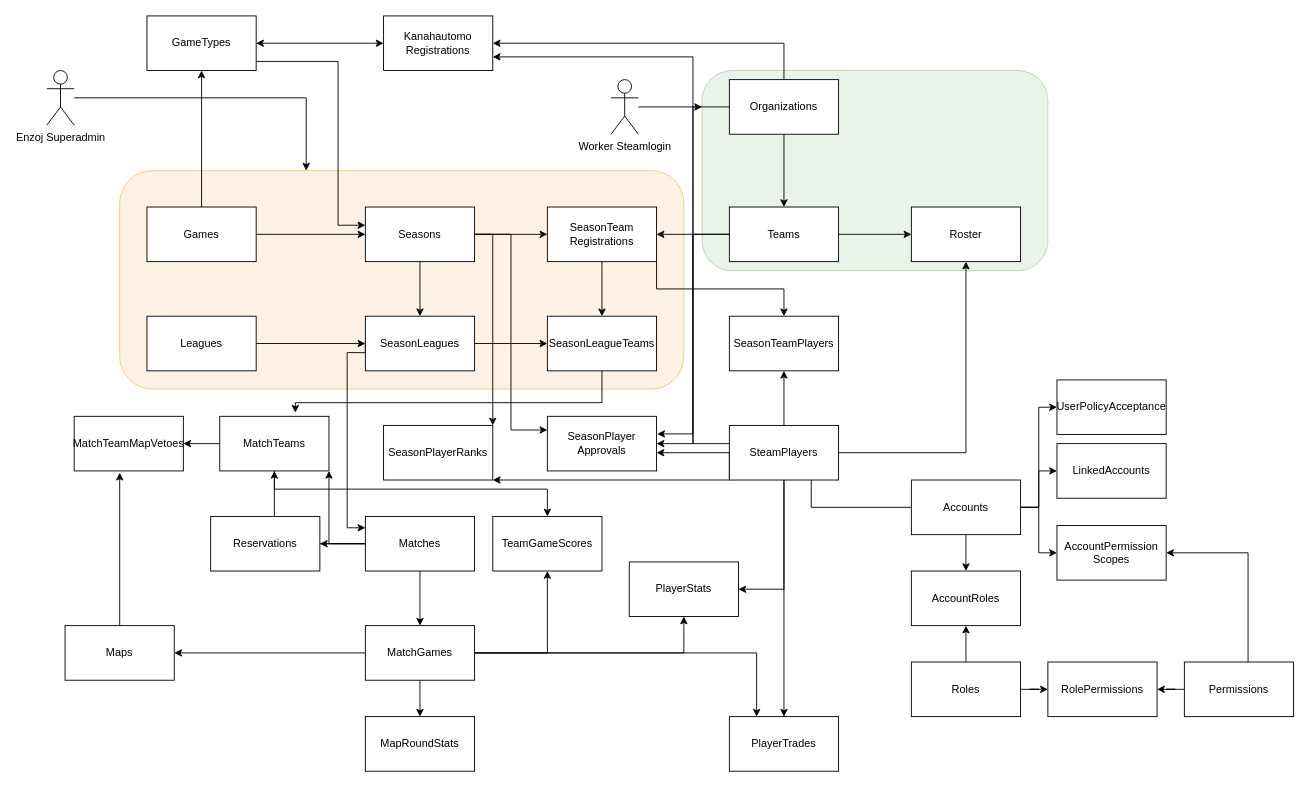
Earlier version of the draw.io diagram docs/kanastats.drawio (sebazai/eggosystem). Source tidied: cells renumbered, new cells numbered last; positions are measured from the earlier drawing's top-left corner, leaving out a move shared by most shapes. Both pictures are drawn from the tidied source at 91%, with x=0, y=0 at pixel (46, 15).
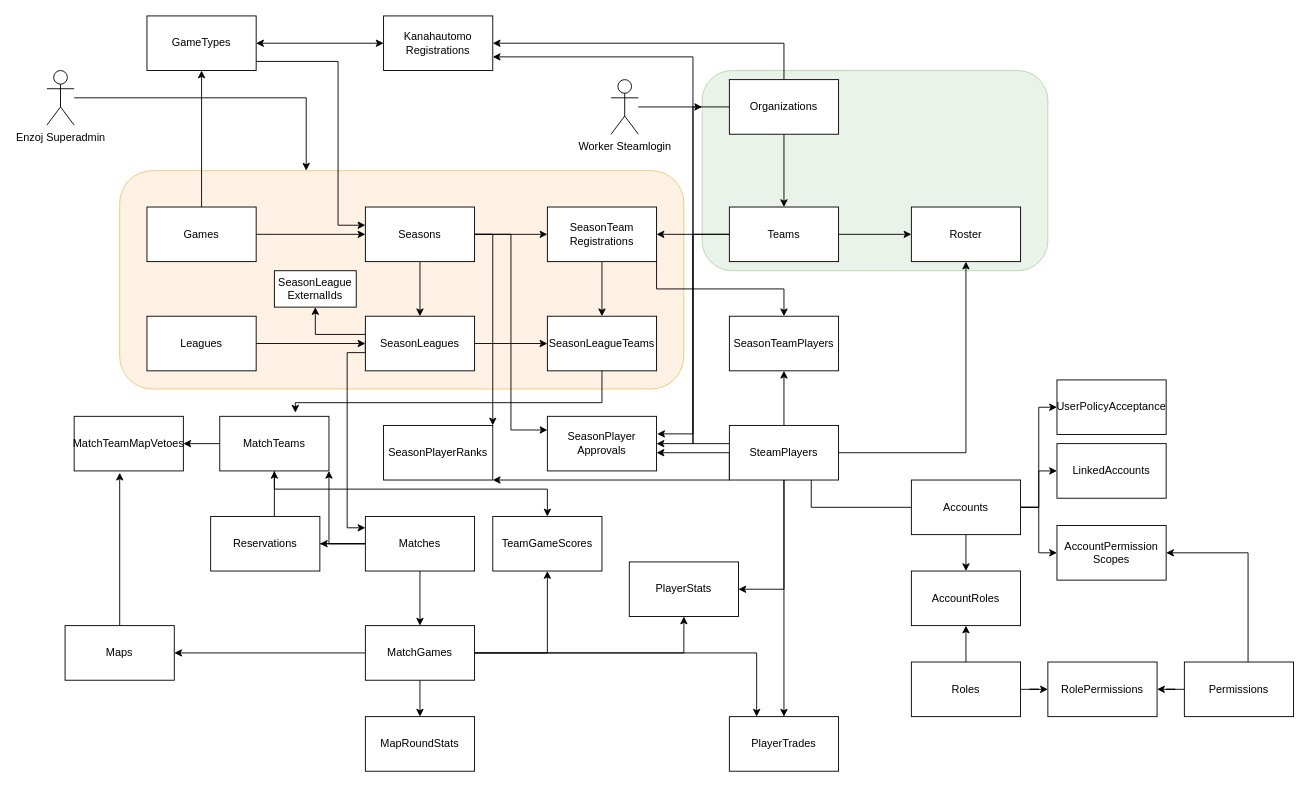
The same diagram, later.

Unchanged cells that the change refers to:
```xml
<mxCell id="64" value="SeasonLeagues" style="rounded=0;whiteSpace=wrap;html=1;" parent="1" vertex="1">
  <mxGeometry x="350" y="330" width="120" height="60" as="geometry" />
</mxCell>
```

Diff of the diagram source:
```diff
@@
+    <mxCell id="89" style="edgeStyle=orthogonalEdgeStyle;rounded=0;jettySize=auto;html=1;entryX=0.5;entryY=1;entryDx=0;entryDy=0;" parent="1" edge="1" source="64" target="90">
+      <mxGeometry relative="1" as="geometry">
+        <Array as="points">
+          <mxPoint x="295" y="350" />
+        </Array>
+      </mxGeometry>
+    </mxCell>
@@
+    <mxCell id="90" value="SeasonLeague&lt;br&gt;ExternalIds" style="rounded=0;whiteSpace=wrap;html=1;" parent="1" vertex="1">
+      <mxGeometry x="250" y="280" width="90" height="40" as="geometry" />
+    </mxCell>
```
